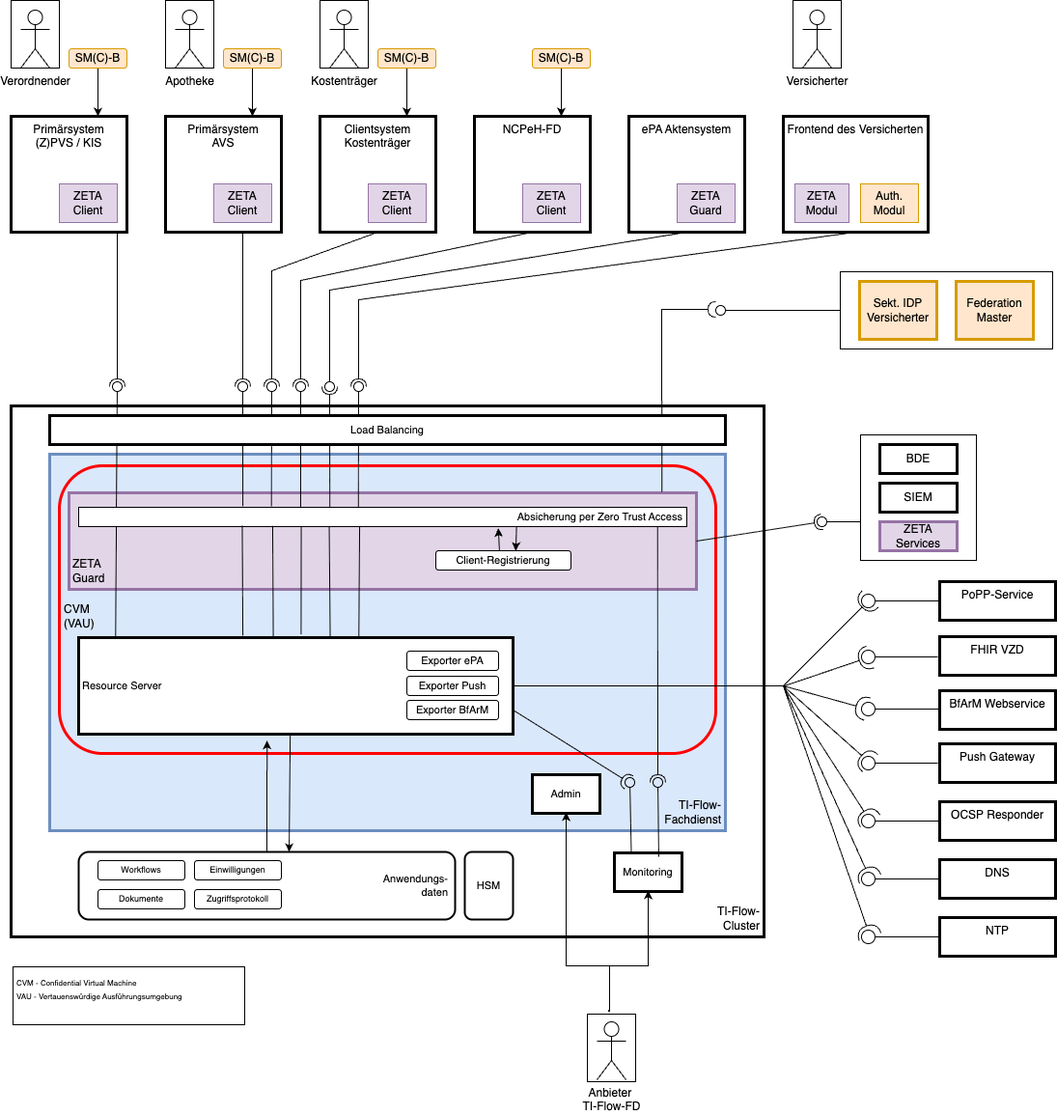
gematik/fhir-igs-workflow keeps this draw.io diagram as igs/core/input/images/systemueberblick_TI-Flow-Fachdienst.drawio.png. Above is the earlier version. Source tidied: cells renumbered, new cells last; positions are measured from the earlier drawing's top-left corner, leaving out a move shared by most shapes.
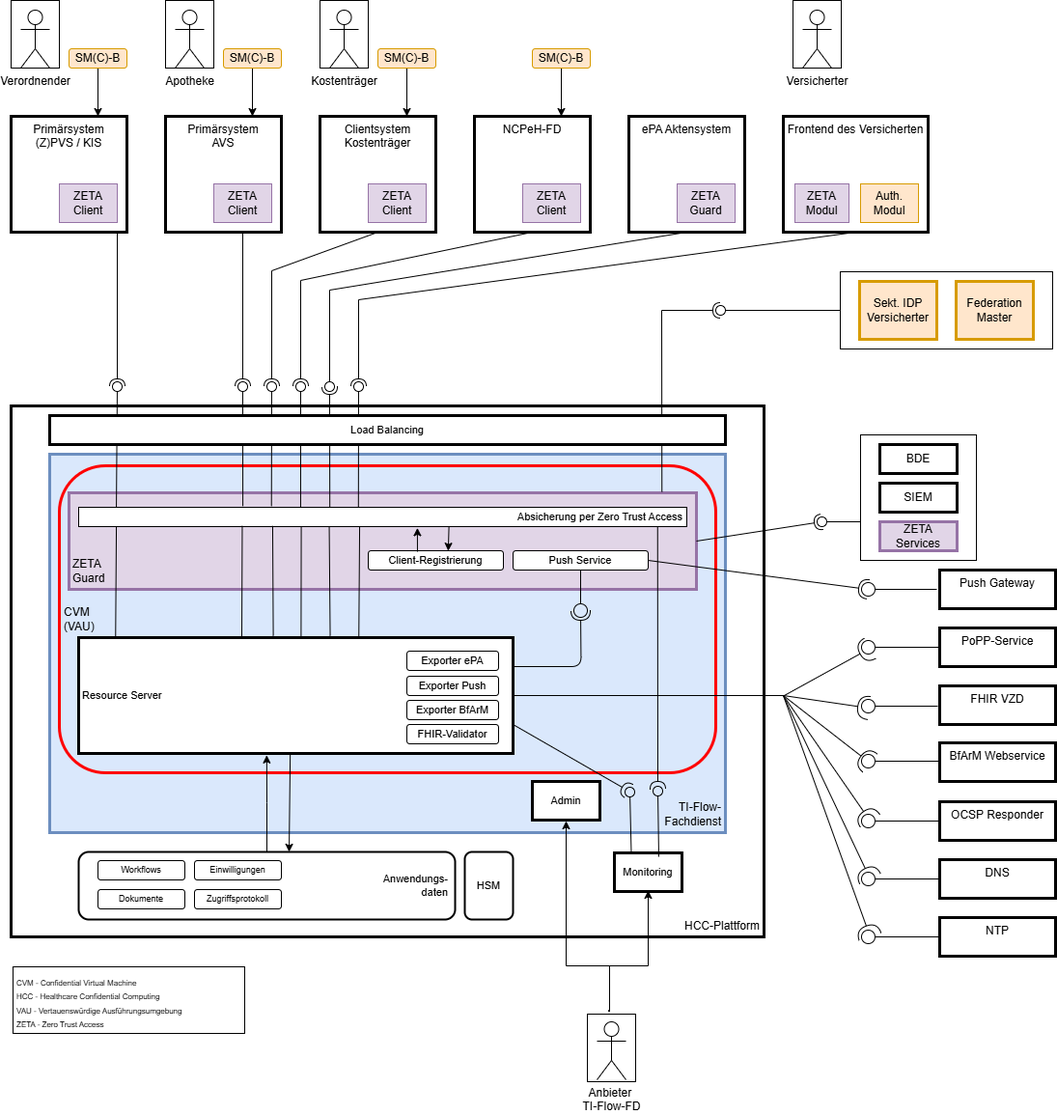
The same diagram one commit later.

Commit message:
update TI-Flow Systemüberblick

The edit, as a diff of the source:
```diff
@@ -4,3 +4,3 @@
     <mxCell id="1" parent="0" />
-    <mxCell id="2" value="TI-Flow-&lt;div&gt;Cluster&lt;/div&gt;" style="rounded=0;whiteSpace=wrap;html=1;align=right;verticalAlign=bottom;strokeWidth=3;spacing=4;" parent="1" vertex="1">
+    <mxCell id="2" value="HCC-Plattform" style="rounded=0;whiteSpace=wrap;html=1;align=right;verticalAlign=bottom;strokeWidth=3;spacing=4;" parent="1" vertex="1">
       <mxGeometry y="420" width="780" height="550" as="geometry" />
@@ -8,6 +8,6 @@
     <mxCell id="3" value="TI-Flow-&lt;div&gt;Fachdienst&lt;/div&gt;" style="rounded=0;whiteSpace=wrap;html=1;fillColor=#dae8fc;strokeColor=#6c8ebf;strokeWidth=3;align=right;verticalAlign=bottom;spacing=4;" parent="1" vertex="1">
-      <mxGeometry x="40" y="470" width="700" height="390" as="geometry" />
+      <mxGeometry x="40" y="470" width="700" height="392" as="geometry" />
     </mxCell>
-    <mxCell id="4" value="&lt;div&gt;&lt;br&gt;&lt;/div&gt;CVM&lt;div&gt;(VAU)&lt;/div&gt;" style="rounded=1;whiteSpace=wrap;html=1;fillColor=none;strokeWidth=3;strokeColor=light-dark(#ff0000, #ededed);align=left;spacingLeft=3;" parent="1" vertex="1">
-      <mxGeometry x="50" y="482" width="680" height="298" as="geometry" />
+    <mxCell id="4" value="&lt;div&gt;&lt;span style=&quot;background-color: transparent;&quot;&gt;CVM&lt;/span&gt;&lt;/div&gt;&lt;div&gt;(VAU)&lt;/div&gt;" style="rounded=1;whiteSpace=wrap;html=1;fillColor=none;strokeWidth=3;strokeColor=light-dark(#ff0000, #ededed);align=left;spacingLeft=3;" parent="1" vertex="1">
+      <mxGeometry x="50" y="482" width="680" height="318" as="geometry" />
     </mxCell>
@@ -20,7 +20,4 @@
     <mxCell id="7" value="Client-Registrierung" style="rounded=1;whiteSpace=wrap;html=1;fontSize=11;" parent="1" vertex="1">
-      <mxGeometry x="440" y="570" width="140" height="20" as="geometry" />
+      <mxGeometry x="370" y="570" width="140" height="20" as="geometry" />
     </mxCell>
-    <mxCell id="8" style="endArrow=classic;html=1;rounded=0;exitX=0.471;exitY=0;exitDx=0;exitDy=0;exitPerimeter=0;entryX=0.69;entryY=1.083;entryDx=0;entryDy=0;entryPerimeter=0;" parent="1" edge="1" source="7" target="9">
-      <mxGeometry relative="1" as="geometry" />
-    </mxCell>
     <mxCell id="9" value="Absicherung per Zero Trust Access" style="rounded=0;whiteSpace=wrap;html=1;fontSize=11;align=right;spacing=4;" parent="1" vertex="1">
@@ -28,9 +25,16 @@
     </mxCell>
-    <mxCell id="10" style="endArrow=classic;html=1;rounded=0;entryX=0.592;entryY=0.007;entryDx=0;entryDy=0;entryPerimeter=0;exitX=0.72;exitY=1.003;exitDx=0;exitDy=0;exitPerimeter=0;" parent="1" edge="1" source="9" target="7">
-      <mxGeometry relative="1" as="geometry" />
+    <mxCell id="10" style="endArrow=classic;html=1;rounded=0;entryX=0.592;entryY=0.007;entryDx=0;entryDy=0;entryPerimeter=0;exitX=0.72;exitY=1.003;exitDx=0;exitDy=0;exitPerimeter=0;" parent="1" edge="1" target="7">
+      <mxGeometry relative="1" as="geometry">
+        <mxPoint x="453.6" y="545.1" as="sourcePoint" />
+      </mxGeometry>
     </mxCell>
+    <mxCell id="138" style="edgeStyle=orthogonalEdgeStyle;html=1;exitX=1;exitY=0.25;exitDx=0;exitDy=0;endArrow=halfCircle;endFill=0;jumpSize=6;endSize=8;" parent="1" edge="1" source="11">
+      <mxGeometry relative="1" as="geometry">
+        <mxPoint x="590" y="632" as="targetPoint" />
+      </mxGeometry>
+    </mxCell>
     <mxCell id="11" value="Resource Server" style="rounded=0;whiteSpace=wrap;html=1;fontSize=11;strokeWidth=3;align=left;perimeterSpacing=0;spacing=4;" parent="1" vertex="1">
-      <mxGeometry x="70" y="660" width="450" height="100" as="geometry" />
+      <mxGeometry x="70" y="660" width="450" height="120" as="geometry" />
     </mxCell>
-    <mxCell id="12" style="edgeStyle=orthogonalEdgeStyle;rounded=0;jettySize=auto;html=1;exitX=0.5;exitY=0;exitDx=0;exitDy=0;entryX=0.434;entryY=1.067;entryDx=0;entryDy=0;entryPerimeter=0;" parent="1" edge="1" source="13" target="11">
+    <mxCell id="12" style="edgeStyle=orthogonalEdgeStyle;rounded=0;jettySize=auto;html=1;exitX=0.5;exitY=0;exitDx=0;exitDy=0;entryX=0.433;entryY=1.015;entryDx=0;entryDy=0;entryPerimeter=0;" parent="1" edge="1" source="13" target="11">
       <mxGeometry relative="1" as="geometry" />
@@ -75,3 +79,3 @@
       <mxGeometry relative="1" as="geometry">
-        <mxPoint x="640" y="810" as="targetPoint" />
+        <mxPoint x="640" y="819" as="targetPoint" />
       </mxGeometry>
@@ -80,3 +84,3 @@
       <mxGeometry relative="1" as="geometry">
-        <mxPoint x="641" y="810" as="targetPoint" />
+        <mxPoint x="641" y="820" as="targetPoint" />
       </mxGeometry>
@@ -88,3 +92,3 @@
       <mxGeometry relative="1" as="geometry">
-        <mxPoint x="670" y="810" as="targetPoint" />
+        <mxPoint x="670" y="817" as="targetPoint" />
       </mxGeometry>
@@ -93,3 +97,3 @@
       <mxGeometry relative="1" as="geometry">
-        <mxPoint x="670" y="810" as="targetPoint" />
+        <mxPoint x="670" y="819" as="targetPoint" />
       </mxGeometry>
@@ -133,6 +137,6 @@
     <mxCell id="39" value="BfArM Webservice" style="rounded=0;whiteSpace=wrap;html=1;verticalAlign=top;strokeWidth=3;" parent="1" vertex="1">
-      <mxGeometry x="962" y="715" width="120" height="40" as="geometry" />
+      <mxGeometry x="962" y="769" width="120" height="40" as="geometry" />
     </mxCell>
     <mxCell id="40" value="FHIR VZD" style="rounded=0;whiteSpace=wrap;html=1;verticalAlign=top;strokeWidth=3;" parent="1" vertex="1">
-      <mxGeometry x="962" y="659" width="120" height="40" as="geometry" />
+      <mxGeometry x="962" y="710" width="120" height="40" as="geometry" />
     </mxCell>
@@ -145,3 +149,3 @@
     <mxCell id="43" value="PoPP-Service" style="rounded=0;whiteSpace=wrap;html=1;verticalAlign=top;strokeWidth=3;" parent="1" vertex="1">
-      <mxGeometry x="962" y="602" width="120" height="40" as="geometry" />
+      <mxGeometry x="962" y="650" width="120" height="40" as="geometry" />
     </mxCell>
@@ -275,3 +279,3 @@
     <mxCell id="72" value="Push Gateway" style="rounded=0;whiteSpace=wrap;html=1;verticalAlign=top;strokeWidth=3;" parent="1" vertex="1">
-      <mxGeometry x="962" y="770" width="120" height="40" as="geometry" />
+      <mxGeometry x="962" y="590" width="120" height="40" as="geometry" />
     </mxCell>
@@ -291,5 +295,5 @@
       <mxGeometry relative="1" as="geometry">
-        <mxPoint x="730" y="320" as="targetPoint" />
+        <mxPoint x="735" y="321" as="targetPoint" />
         <Array as="points">
-          <mxPoint x="674" y="320" />
+          <mxPoint x="674" y="321" />
         </Array>
@@ -376,13 +380,5 @@
       <mxGeometry relative="1" as="geometry">
-        <mxPoint x="880" y="622" as="targetPoint" />
+        <mxPoint x="880" y="670" as="targetPoint" />
       </mxGeometry>
     </mxCell>
-    <mxCell id="103" style="rounded=0;jettySize=auto;html=1;endArrow=halfCircle;endFill=0;sketch=0;sourcePerimeterSpacing=0;targetPerimeterSpacing=0;endSize=10;exitX=1;exitY=0.5;exitDx=0;exitDy=0;" parent="1" edge="1" source="11">
-      <mxGeometry relative="1" as="geometry">
-        <mxPoint x="890" y="620" as="targetPoint" />
-        <Array as="points">
-          <mxPoint x="800" y="710" />
-        </Array>
-      </mxGeometry>
-    </mxCell>
     <mxCell id="104" style="ellipse;whiteSpace=wrap;html=1;align=center;fillColor=none;strokeColor=none;perimeter=centerPerimeter;" parent="1" vertex="1">
@@ -392,12 +388,11 @@
       <mxGeometry relative="1" as="geometry">
-        <mxPoint x="960" y="680" as="sourcePoint" />
-        <mxPoint x="880" y="680" as="targetPoint" />
+        <mxPoint x="960" y="731" as="sourcePoint" />
+        <mxPoint x="880" y="731" as="targetPoint" />
       </mxGeometry>
     </mxCell>
-    <mxCell id="106" style="rounded=0;orthogonalLoop=1;jettySize=auto;html=1;endArrow=halfCircle;endFill=0;sketch=0;sourcePerimeterSpacing=0;targetPerimeterSpacing=0;endSize=10;exitX=1;exitY=0.5;exitDx=0;exitDy=0;" parent="1" edge="1">
+    <mxCell id="106" style="rounded=0;jettySize=auto;html=1;endArrow=halfCircle;endFill=0;sketch=0;sourcePerimeterSpacing=0;targetPerimeterSpacing=0;endSize=10;exitX=1;exitY=0.5;exitDx=0;exitDy=0;" parent="1" edge="1" source="11">
       <mxGeometry relative="1" as="geometry">
-        <mxPoint x="521" y="710" as="sourcePoint" />
-        <mxPoint x="890" y="680" as="targetPoint" />
+        <mxPoint x="890" y="671" as="targetPoint" />
         <Array as="points">
-          <mxPoint x="801" y="710" />
+          <mxPoint x="801" y="720" />
         </Array>
@@ -410,12 +405,11 @@
       <mxGeometry relative="1" as="geometry">
-        <mxPoint x="962" y="734" as="sourcePoint" />
-        <mxPoint x="880" y="734" as="targetPoint" />
+        <mxPoint x="962" y="788" as="sourcePoint" />
+        <mxPoint x="880" y="788" as="targetPoint" />
       </mxGeometry>
     </mxCell>
-    <mxCell id="109" style="rounded=0;orthogonalLoop=1;jettySize=auto;html=1;endArrow=halfCircle;endFill=0;sketch=0;sourcePerimeterSpacing=0;targetPerimeterSpacing=0;endSize=10;" parent="1" edge="1">
+    <mxCell id="109" style="rounded=0;jettySize=auto;html=1;endArrow=halfCircle;endFill=0;sketch=0;sourcePerimeterSpacing=0;targetPerimeterSpacing=0;endSize=10;exitX=1;exitY=0.5;exitDx=0;exitDy=0;" parent="1" edge="1" source="11">
       <mxGeometry relative="1" as="geometry">
-        <mxPoint x="520" y="710" as="sourcePoint" />
-        <mxPoint x="887" y="734" as="targetPoint" />
+        <mxPoint x="889" y="733" as="targetPoint" />
         <Array as="points">
-          <mxPoint x="800" y="710" />
+          <mxPoint x="800" y="720" />
         </Array>
@@ -428,12 +422,11 @@
       <mxGeometry relative="1" as="geometry">
-        <mxPoint x="960" y="790" as="sourcePoint" />
-        <mxPoint x="880" y="790" as="targetPoint" />
+        <mxPoint x="959" y="610" as="sourcePoint" />
+        <mxPoint x="880" y="610" as="targetPoint" />
       </mxGeometry>
     </mxCell>
-    <mxCell id="112" style="rounded=0;orthogonalLoop=1;jettySize=auto;html=1;endArrow=halfCircle;endFill=0;sketch=0;sourcePerimeterSpacing=0;targetPerimeterSpacing=0;endSize=10;exitX=1;exitY=0.5;exitDx=0;exitDy=0;" parent="1" edge="1">
+    <mxCell id="112" style="rounded=0;jettySize=auto;html=1;endArrow=halfCircle;endFill=0;sketch=0;sourcePerimeterSpacing=0;targetPerimeterSpacing=0;endSize=10;exitX=1;exitY=0.5;exitDx=0;exitDy=0;" parent="1" edge="1" source="11">
       <mxGeometry relative="1" as="geometry">
-        <mxPoint x="530" y="710" as="sourcePoint" />
         <mxPoint x="890" y="790" as="targetPoint" />
         <Array as="points">
-          <mxPoint x="800" y="710" />
+          <mxPoint x="800" y="720" />
         </Array>
@@ -454,3 +447,3 @@
         <Array as="points">
-          <mxPoint x="800" y="710" />
+          <mxPoint x="800" y="720" />
         </Array>
@@ -471,3 +464,3 @@
         <Array as="points">
-          <mxPoint x="800" y="710" />
+          <mxPoint x="800" y="720" />
         </Array>
@@ -488,3 +481,3 @@
         <Array as="points">
-          <mxPoint x="800" y="710" />
+          <mxPoint x="800" y="720" />
         </Array>
@@ -496,3 +489,3 @@
     <mxCell id="123" value="Admin" style="rounded=0;whiteSpace=wrap;html=1;fontSize=11;strokeWidth=3;" parent="1" vertex="1">
-      <mxGeometry x="540" y="802" width="70" height="40" as="geometry" />
+      <mxGeometry x="540" y="809" width="70" height="40" as="geometry" />
     </mxCell>
@@ -504,3 +497,3 @@
         <mxPoint x="619" y="1046" as="sourcePoint" />
-        <mxPoint x="575" y="841" as="targetPoint" />
+        <mxPoint x="575" y="850" as="targetPoint" />
         <Array as="points">
@@ -516,7 +509,9 @@
     </mxCell>
-    <mxCell id="127" value="&lt;font style=&quot;font-size: 8px;&quot;&gt;CVM - Confidential Virtual Machine&lt;/font&gt;&lt;div&gt;&lt;font style=&quot;font-size: 8px;&quot;&gt;VAU - Vertauenswürdige Ausführungsumgebung&lt;/font&gt;&lt;/div&gt;" style="rounded=0;whiteSpace=wrap;html=1;align=left;spacing=4;verticalAlign=top;" parent="1" vertex="1">
-      <mxGeometry x="2" y="1001" width="240" height="60" as="geometry" />
+    <mxCell id="127" value="&lt;font style=&quot;font-size: 8px;&quot;&gt;CVM - Confidential Virtual Machine&lt;/font&gt;&lt;div&gt;&lt;span style=&quot;font-size: 8px;&quot;&gt;HCC - Healthcare Confidential Computing&lt;br&gt;&lt;/span&gt;&lt;div&gt;&lt;font style=&quot;font-size: 8px;&quot;&gt;VAU - Vertauenswürdige Ausführungsumgebung&lt;/font&gt;&lt;/div&gt;&lt;div&gt;&lt;font style=&quot;font-size: 8px;&quot;&gt;ZETA - Zero Trust Access&lt;/font&gt;&lt;/div&gt;&lt;/div&gt;" style="rounded=0;whiteSpace=wrap;html=1;align=left;spacing=4;verticalAlign=top;" parent="1" vertex="1">
+      <mxGeometry x="2" y="1001" width="240" height="69" as="geometry" />
     </mxCell>
-    <mxCell id="128" style="endArrow=none;html=1;rounded=0;entryX=0.269;entryY=0.961;entryDx=0;entryDy=0;entryPerimeter=0;exitX=0.378;exitY=-0.022;exitDx=0;exitDy=0;exitPerimeter=0;" parent="1" edge="1" source="11" target="9">
-      <mxGeometry relative="1" as="geometry" />
+    <mxCell id="128" style="endArrow=none;html=1;rounded=0;entryX=0.269;entryY=0.961;entryDx=0;entryDy=0;entryPerimeter=0;" parent="1" edge="1" target="9">
+      <mxGeometry relative="1" as="geometry">
+        <mxPoint x="239" y="660" as="sourcePoint" />
+      </mxGeometry>
     </mxCell>
@@ -525,3 +520,3 @@
     </mxCell>
-    <mxCell id="130" style="endArrow=none;html=1;rounded=0;entryX=0.366;entryY=0.946;entryDx=0;entryDy=0;entryPerimeter=0;exitX=0.512;exitY=-0.035;exitDx=0;exitDy=0;exitPerimeter=0;" parent="1" edge="1" source="11">
+    <mxCell id="130" style="endArrow=none;html=1;rounded=0;entryX=0.366;entryY=0.946;entryDx=0;entryDy=0;entryPerimeter=0;exitX=0.512;exitY=0;exitDx=0;exitDy=0;exitPerimeter=0;" parent="1" edge="1" source="11">
       <mxGeometry relative="1" as="geometry">
@@ -548,13 +543,21 @@
     </mxCell>
-    <mxCell id="137" style="edgeStyle=orthogonalEdgeStyle;rounded=0;orthogonalLoop=1;jettySize=auto;html=1;exitX=0.5;exitY=0;exitDx=0;exitDy=0;entryX=0.5;entryY=1;entryDx=0;entryDy=0;" parent="1" edge="1">
-      <mxGeometry relative="1" as="geometry">
-        <mxPoint x="619" y="1046" as="sourcePoint" />
-        <mxPoint x="575" y="841" as="targetPoint" />
-        <Array as="points">
-          <mxPoint x="620" y="1046" />
-          <mxPoint x="620" y="1000" />
-          <mxPoint x="575" y="1000" />
-        </Array>
-      </mxGeometry>
-    </mxCell>
+    <mxCell id="139" value="FHIR-Validator" style="rounded=1;whiteSpace=wrap;html=1;fontSize=11;" parent="1" vertex="1">
+      <mxGeometry x="410" y="750" width="95" height="20" as="geometry" />
+    </mxCell>
+    <mxCell id="8" style="endArrow=classic;html=1;exitX=0.364;exitY=0.053;exitDx=0;exitDy=0;exitPerimeter=0;entryX=0.557;entryY=1.068;entryDx=0;entryDy=0;entryPerimeter=0;" parent="1" edge="1" source="7" target="9">
+      <mxGeometry relative="1" as="geometry" />
+    </mxCell>
+    <mxCell id="140" style="edgeStyle=none;html=1;exitX=1;exitY=0.5;exitDx=0;exitDy=0;endArrow=halfCircle;endFill=0;endSize=8;" parent="1" edge="1" source="141">
+      <mxGeometry relative="1" as="geometry">
+        <mxPoint x="888" y="610" as="targetPoint" />
+      </mxGeometry>
+    </mxCell>
+    <mxCell id="141" value="Push Service" style="rounded=1;whiteSpace=wrap;html=1;fontSize=11;" parent="1" vertex="1">
+      <mxGeometry x="520" y="570" width="140" height="20" as="geometry" />
+    </mxCell>
+    <mxCell id="142" style="rounded=0;jettySize=auto;html=1;endArrow=circle;endFill=0;endSize=6;strokeWidth=1;sketch=0;exitX=0.5;exitY=1;exitDx=0;exitDy=0;" parent="1" edge="1" source="141">
+      <mxGeometry relative="1" as="geometry">
+        <mxPoint x="590" y="640" as="targetPoint" />
+      </mxGeometry>
+    </mxCell>
   </root>
```
